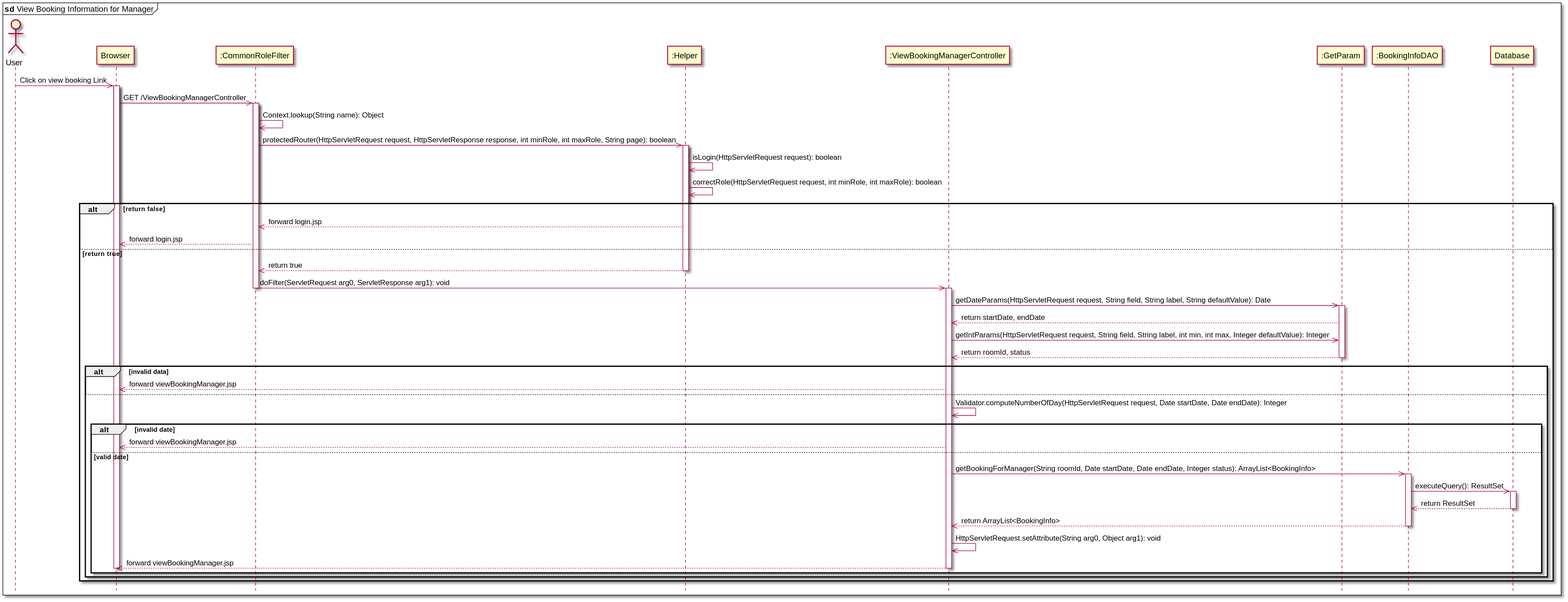
Before: data/sequence/viewBookingForManager.svg, a diagram exported from PlantUML (tantruong2303/booking-hotel).
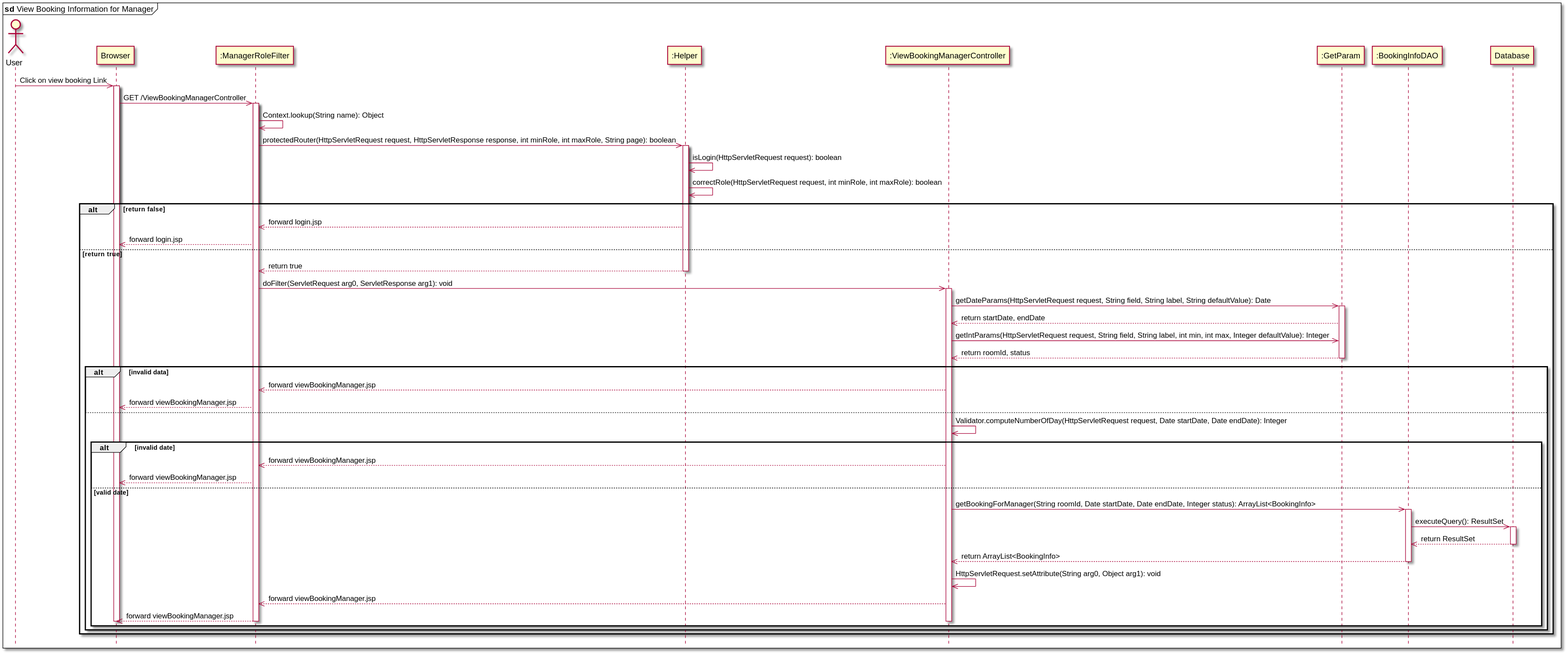
After the change.

Change to the diagram source:
```diff
@@ -4,7 +4,7 @@
 mainframe <b>sd</b> View Booking Information for Manager
 actor User
 participant "Browser" as Browser
-participant ":CommonRoleFilter" as CommonRoleFilter
+participant ":ManagerRoleFilter" as ManagerRoleFilter
 participant ":Helper" as Helper
 participant ":ViewBookingManagerController" as ViewBookingManagerController
 participant ":GetParam" as GetParam
@@ -13,21 +13,21 @@
 
 User ->> Browser: Click on view booking Link
 activate Browser
-Browser ->> CommonRoleFilter: GET /ViewBookingManagerController
-activate CommonRoleFilter
-CommonRoleFilter ->> CommonRoleFilter: Context.lookup(String name): Object
-CommonRoleFilter ->> Helper: protectedRouter(HttpServletRequest request, HttpServletResponse response, int minRole, int maxRole, String page): boolean
+Browser ->> ManagerRoleFilter: GET /ViewBookingManagerController
+activate ManagerRoleFilter
+ManagerRoleFilter ->> ManagerRoleFilter: Context.lookup(String name): Object
+ManagerRoleFilter ->> Helper: protectedRouter(HttpServletRequest request, HttpServletResponse response, int minRole, int maxRole, String page): boolean
 activate Helper
 Helper ->> Helper: isLogin(HttpServletRequest request): boolean
 Helper ->> Helper: correctRole(HttpServletRequest request, int minRole, int maxRole): boolean
 alt return false
-    Helper -->> CommonRoleFilter: forward login.jsp
-    CommonRoleFilter -->> Browser: forward login.jsp
+    Helper -->> ManagerRoleFilter: forward login.jsp
+    ManagerRoleFilter -->> Browser: forward login.jsp
 else return true
-    Helper -->> CommonRoleFilter: return true
+    Helper -->> ManagerRoleFilter: return true
     deactivate Helper
-    CommonRoleFilter ->> ViewBookingManagerController: doFilter(ServletRequest arg0, ServletResponse arg1): void
-    deactivate CommonRoleFilter
+    ManagerRoleFilter ->> ViewBookingManagerController: doFilter(ServletRequest arg0, ServletResponse arg1): void
+
     activate ViewBookingManagerController
     ViewBookingManagerController ->> GetParam: getDateParams(HttpServletRequest request, String field, String label, String defaultValue): Date
     activate GetParam
@@ -36,11 +36,13 @@
     GetParam -->> ViewBookingManagerController:return roomId, status
     deactivate GetParam
     alt invalid data
-        ViewBookingManagerController -->> Browser: forward viewBookingManager.jsp
+        ViewBookingManagerController -->> ManagerRoleFilter: forward viewBookingManager.jsp
+        ManagerRoleFilter -->> Browser: forward viewBookingManager.jsp
     else
         ViewBookingManagerController ->> ViewBookingManagerController: Validator.computeNumberOfDay(HttpServletRequest request, Date startDate, Date endDate): Integer
         alt invalid date
-            ViewBookingManagerController -->> Browser: forward viewBookingManager.jsp
+            ViewBookingManagerController -->> ManagerRoleFilter: forward viewBookingManager.jsp
+            ManagerRoleFilter -->> Browser: forward viewBookingManager.jsp
         else valid date
             ViewBookingManagerController ->>  BookingInfoDAO: getBookingForManager(String roomId, Date startDate, Date endDate, Integer status): ArrayList<BookingInfo>
             activate BookingInfoDAO
@@ -51,7 +53,9 @@
             BookingInfoDAO -->> ViewBookingManagerController: return ArrayList<BookingInfo>
             deactivate BookingInfoDAO
             ViewBookingManagerController ->> ViewBookingManagerController: HttpServletRequest.setAttribute(String arg0, Object arg1): void
-            ViewBookingManagerController -->> Browser: forward viewBookingManager.jsp
+            ViewBookingManagerController -->> ManagerRoleFilter: forward viewBookingManager.jsp
+            ManagerRoleFilter -->> Browser: forward viewBookingManager.jsp
+            deactivate ManagerRoleFilter
             deactivate ViewBookingManagerController
             deactivate Browser
         end
```
